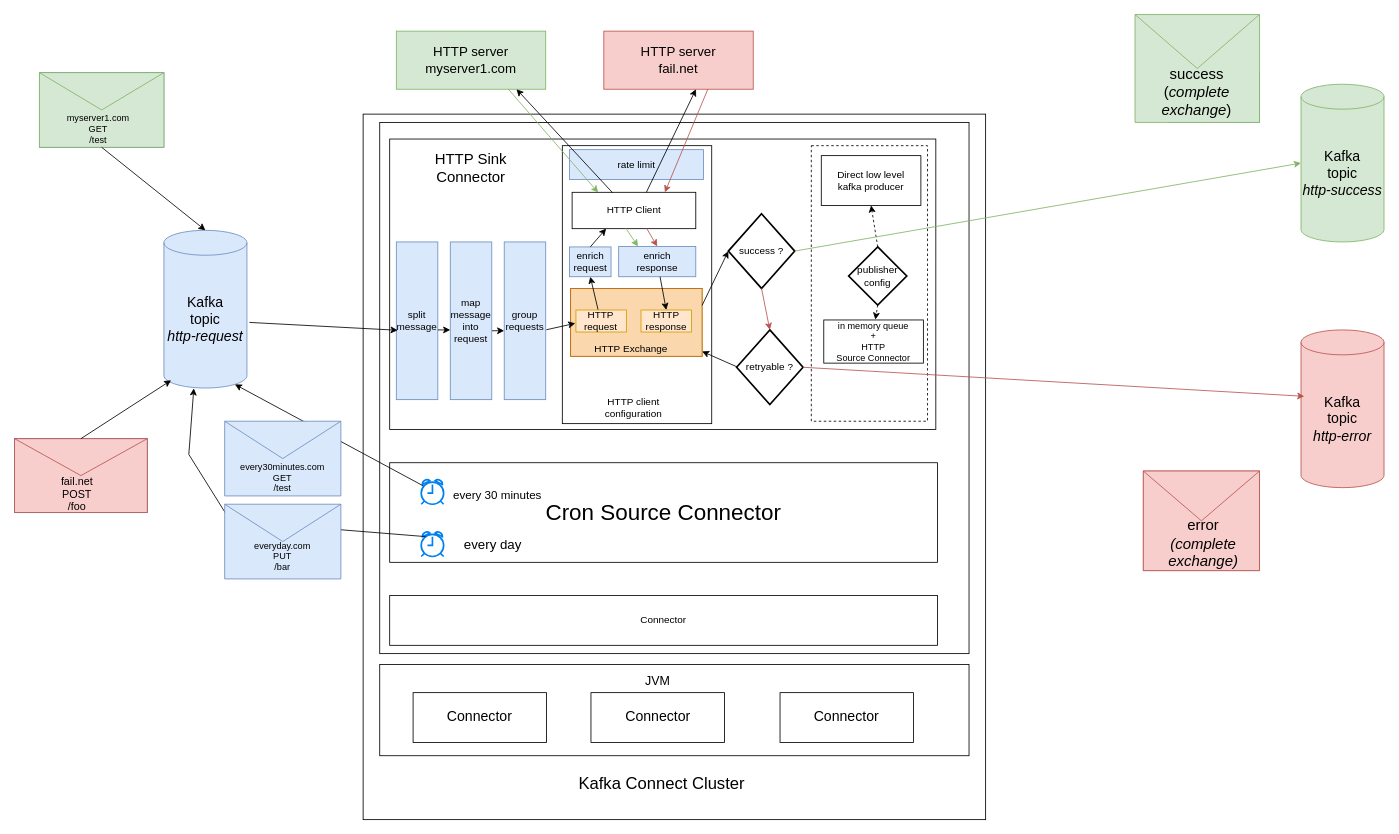
clescot/kafka-connect-http keeps this draw.io diagram as docs/architecture_options_2.drawio. Above is the earlier version. Source tidied: cells renumbered, new cells numbered last; positions are measured from the earlier drawing's top-left corner, leaving out a move shared by most shapes. Both pictures are drawn from the tidied source at 83%, with x=0, y=0 at pixel (14, 14).
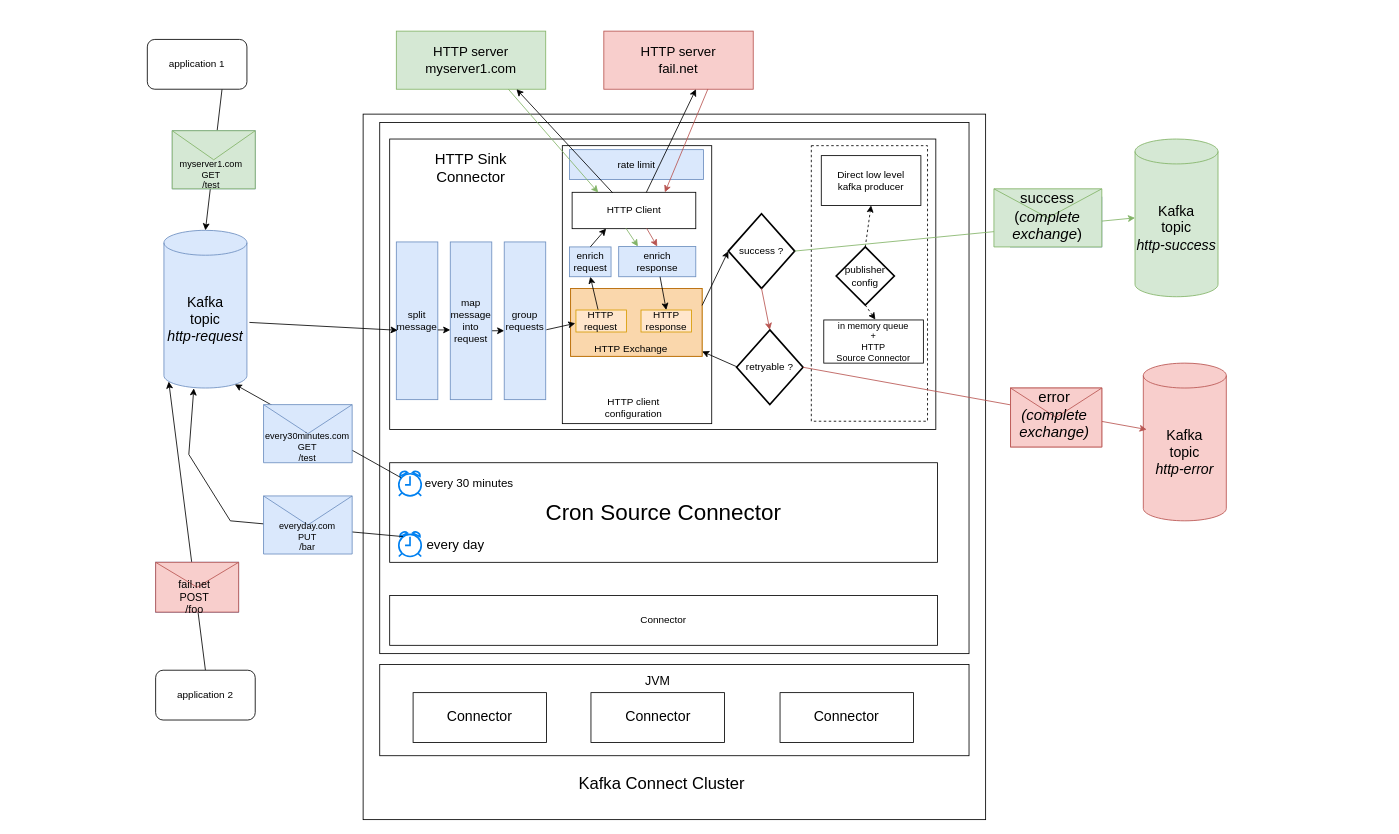
The same page after the edit.

The change refers to these unchanged cells:
```xml
<mxCell id="2" value="&lt;font style=&quot;font-size: 17px;&quot;&gt;Kafka&lt;/font&gt;&lt;div style=&quot;font-size: 17px;&quot;&gt;&lt;font style=&quot;font-size: 17px;&quot;&gt;topic&lt;/font&gt;&lt;/div&gt;&lt;div style=&quot;font-size: 17px;&quot;&gt;&lt;i style=&quot;&quot;&gt;&lt;font style=&quot;font-size: 17px;&quot;&gt;http-request&lt;/font&gt;&lt;/i&gt;&lt;/div&gt;" style="shape=cylinder3;whiteSpace=wrap;html=1;boundedLbl=1;backgroundOutline=1;size=15;fillColor=#dae8fc;strokeColor=#6c8ebf;" parent="1" vertex="1">
  <mxGeometry x="180" y="260" width="100" height="190" as="geometry" />
</mxCell>
<mxCell id="65" style="group;" parent="1" vertex="1">
  <mxGeometry x="970" y="158" width="130" height="332" as="geometry" />
</mxCell>
```

What changed in the source:
```diff
@@
+    <mxCell id="16" style="endArrow=classic;html=1;rounded=0;entryX=0.058;entryY=0.959;entryDx=0;entryDy=0;entryPerimeter=0;exitX=0.5;exitY=0;exitDx=0;exitDy=0;fillColor=#f8cecc;strokeColor=#000000;" parent="1" edge="1" source="91" target="2">
+      <mxGeometry relative="1" as="geometry" />
+    </mxCell>
     <mxCell id="6" style="group;fillColor=#dae8fc;strokeColor=#6c8ebf;" parent="1" vertex="1">
-      <mxGeometry y="511" width="160" height="89" as="geometry" />
+      <mxGeometry x="170" y="660" width="100" height="60" as="geometry" />
     </mxCell>
     <mxCell id="7" style="group;fillColor=#dae8fc;strokeColor=#6c8ebf;" parent="6" vertex="1">
-      <mxGeometry width="160" height="89" as="geometry" />
+      <mxGeometry width="100" height="60" as="geometry" />
     </mxCell>
     <mxCell id="8" style="shape=message;html=1;html=1;outlineConnect=0;labelPosition=center;verticalLabelPosition=bottom;align=center;verticalAlign=top;fillColor=#f8cecc;strokeColor=#b85450;" parent="7" vertex="1">
-      <mxGeometry width="160" height="89" as="geometry" />
+      <mxGeometry width="100" height="60" as="geometry" />
     </mxCell>
     <mxCell id="9" value="&lt;font style=&quot;font-size: 13px;&quot;&gt;fail.net&lt;/font&gt;&lt;div style=&quot;font-size: 13px;&quot;&gt;&lt;font style=&quot;font-size: 13px;&quot;&gt;POST&lt;/font&gt;&lt;/div&gt;&lt;div style=&quot;font-size: 13px;&quot;&gt;&lt;font style=&quot;font-size: 13px;&quot;&gt;/foo&lt;/font&gt;&lt;/div&gt;" style="text;html=1;align=center;verticalAlign=middle;whiteSpace=wrap;rounded=0;" parent="7" vertex="1">
-      <mxGeometry x="8.4" y="53.7" width="134.7" height="26.7" as="geometry" />
+      <mxGeometry x="5.3" y="33.2" width="84.2" height="18" as="geometry" />
     </mxCell>
+    <mxCell id="13" value="&lt;font style=&quot;font-size: 16px;&quot;&gt;HTTP server&lt;/font&gt;&lt;div style=&quot;font-size: 16px;&quot;&gt;&lt;font style=&quot;font-size: 16px;&quot;&gt;myserver1.com&lt;/font&gt;&lt;/div&gt;" style="rounded=0;whiteSpace=wrap;html=1;fillColor=#d5e8d4;strokeColor=#82b366;" parent="1" vertex="1">
+      <mxGeometry x="460" y="20" width="180" height="70" as="geometry" />
+    </mxCell>
+    <mxCell id="14" value="&lt;font style=&quot;font-size: 16px;&quot;&gt;HTTP server&lt;/font&gt;&lt;div style=&quot;font-size: 16px;&quot;&gt;&lt;font style=&quot;font-size: 16px;&quot;&gt;fail.net&lt;/font&gt;&lt;/div&gt;" style="rounded=0;whiteSpace=wrap;html=1;fillColor=#f8cecc;strokeColor=#b85450;" parent="1" vertex="1">
+      <mxGeometry x="710" y="20" width="180" height="70" as="geometry" />
+    </mxCell>
+    <mxCell id="15" style="endArrow=classic;html=1;rounded=0;entryX=0.5;entryY=0;entryDx=0;entryDy=0;entryPerimeter=0;fillColor=#d5e8d4;strokeColor=#000000;exitX=0.75;exitY=1;exitDx=0;exitDy=0;" parent="1" edge="1" source="90" target="2">
+      <mxGeometry relative="1" as="geometry" />
+    </mxCell>
+    <mxCell id="17" style="rounded=0;whiteSpace=wrap;html=1;fontSize=17;" parent="1" vertex="1">
+      <mxGeometry x="452" y="150" width="658" height="350" as="geometry" />
+    </mxCell>
+    <mxCell id="18" value="success ?" style="strokeWidth=2;html=1;shape=mxgraph.flowchart.decision;whiteSpace=wrap;" parent="1" vertex="1">
+      <mxGeometry x="860" y="240" width="80" height="90" as="geometry" />
+    </mxCell>
     <mxCell id="10" style="group;fillColor=#dae8fc;strokeColor=#6c8ebf;" parent="1" vertex="1">
-      <mxGeometry x="30" y="70" width="150" height="90" as="geometry" />
+      <mxGeometry x="190" y="140" width="100" height="70" as="geometry" />
     </mxCell>
     <mxCell id="11" style="shape=message;html=1;html=1;outlineConnect=0;labelPosition=center;verticalLabelPosition=bottom;align=center;verticalAlign=top;fillColor=#d5e8d4;strokeColor=#82b366;" parent="10" vertex="1">
-      <mxGeometry width="150" height="90" as="geometry" />
+      <mxGeometry width="100" height="70" as="geometry" />
     </mxCell>
     <mxCell id="12" value="&lt;div style=&quot;font-size: 11px;&quot;&gt;&lt;font style=&quot;font-size: 11px;&quot;&gt;myserver1.com&lt;/font&gt;&lt;/div&gt;&lt;div style=&quot;font-size: 11px;&quot;&gt;&lt;font style=&quot;font-size: 11px;&quot;&gt;GET&lt;/font&gt;&lt;/div&gt;&lt;div style=&quot;font-size: 11px;&quot;&gt;&lt;font style=&quot;font-size: 11px;&quot;&gt;/test&lt;/font&gt;&lt;/div&gt;" style="text;html=1;align=center;verticalAlign=middle;whiteSpace=wrap;rounded=0;" parent="10" vertex="1">
-      <mxGeometry x="7.9" y="54.3" width="126.3" height="27" as="geometry" />
+      <mxGeometry x="5.3" y="42.3" width="84.2" height="21" as="geometry" />
     </mxCell>
-    <mxCell id="13" value="&lt;font style=&quot;font-size: 16px;&quot;&gt;HTTP server&lt;/font&gt;&lt;div style=&quot;font-size: 16px;&quot;&gt;&lt;font style=&quot;font-size: 16px;&quot;&gt;myserver1.com&lt;/font&gt;&lt;/div&gt;" style="rounded=0;whiteSpace=wrap;html=1;fillColor=#d5e8d4;strokeColor=#82b366;" parent="1" vertex="1">
-      <mxGeometry x="460" y="20" width="180" height="70" as="geometry" />
-    </mxCell>
-    <mxCell id="14" value="&lt;font style=&quot;font-size: 16px;&quot;&gt;HTTP server&lt;/font&gt;&lt;div style=&quot;font-size: 16px;&quot;&gt;&lt;font style=&quot;font-size: 16px;&quot;&gt;fail.net&lt;/font&gt;&lt;/div&gt;" style="rounded=0;whiteSpace=wrap;html=1;fillColor=#f8cecc;strokeColor=#b85450;" parent="1" vertex="1">
-      <mxGeometry x="710" y="20" width="180" height="70" as="geometry" />
-    </mxCell>
-    <mxCell id="15" style="endArrow=classic;html=1;rounded=0;entryX=0.5;entryY=0;entryDx=0;entryDy=0;entryPerimeter=0;fillColor=#d5e8d4;strokeColor=#000000;exitX=0.5;exitY=1;exitDx=0;exitDy=0;" parent="1" edge="1" source="11" target="2">
-      <mxGeometry relative="1" as="geometry" />
-    </mxCell>
-    <mxCell id="16" style="endArrow=classic;html=1;rounded=0;entryX=0.087;entryY=0.951;entryDx=0;entryDy=0;entryPerimeter=0;exitX=0.5;exitY=0;exitDx=0;exitDy=0;fillColor=#f8cecc;strokeColor=#000000;" parent="1" edge="1" source="8" target="2">
-      <mxGeometry relative="1" as="geometry" />
-    </mxCell>
-    <mxCell id="17" style="rounded=0;whiteSpace=wrap;html=1;fontSize=17;" parent="1" vertex="1">
-      <mxGeometry x="452" y="150" width="658" height="350" as="geometry" />
-    </mxCell>
-    <mxCell id="18" value="success ?" style="strokeWidth=2;html=1;shape=mxgraph.flowchart.decision;whiteSpace=wrap;" parent="1" vertex="1">
-      <mxGeometry x="860" y="240" width="80" height="90" as="geometry" />
-    </mxCell>
@@
     <mxCell id="42" value="&lt;font style=&quot;font-size: 17px;&quot;&gt;Kafka&lt;/font&gt;&lt;div style=&quot;font-size: 17px;&quot;&gt;&lt;font style=&quot;font-size: 17px;&quot;&gt;topic&lt;/font&gt;&lt;/div&gt;&lt;div style=&quot;font-size: 17px;&quot;&gt;&lt;i style=&quot;&quot;&gt;&lt;font style=&quot;font-size: 17px;&quot;&gt;http-success&lt;/font&gt;&lt;/i&gt;&lt;/div&gt;" style="shape=cylinder3;whiteSpace=wrap;html=1;boundedLbl=1;backgroundOutline=1;size=15;fillColor=#d5e8d4;strokeColor=#82b366;" parent="1" vertex="1">
-      <mxGeometry x="1550" y="84" width="100" height="190" as="geometry" />
+      <mxGeometry x="1350" y="150" width="100" height="190" as="geometry" />
     </mxCell>
     <mxCell id="43" value="&lt;font style=&quot;font-size: 17px;&quot;&gt;Kafka&lt;/font&gt;&lt;div style=&quot;font-size: 17px;&quot;&gt;&lt;font style=&quot;font-size: 17px;&quot;&gt;topic&lt;/font&gt;&lt;/div&gt;&lt;div style=&quot;font-size: 17px;&quot;&gt;&lt;i style=&quot;&quot;&gt;&lt;font style=&quot;font-size: 17px;&quot;&gt;http-error&lt;/font&gt;&lt;/i&gt;&lt;/div&gt;" style="shape=cylinder3;whiteSpace=wrap;html=1;boundedLbl=1;backgroundOutline=1;size=15;fillColor=#f8cecc;strokeColor=#b85450;" parent="1" vertex="1">
-      <mxGeometry x="1550" y="380" width="100" height="190" as="geometry" />
+      <mxGeometry x="1360" y="420" width="100" height="190" as="geometry" />
     </mxCell>
@@
-    <mxCell id="54" style="group;fillColor=#f8cecc;strokeColor=#b85450;" parent="1" vertex="1">
-      <mxGeometry x="1360" y="550" width="140" height="120" as="geometry" />
-    </mxCell>
-    <mxCell id="55" style="group;" parent="54" vertex="1">
-      <mxGeometry width="140" height="120" as="geometry" />
-    </mxCell>
-    <mxCell id="56" style="shape=message;html=1;html=1;labelPosition=center;verticalLabelPosition=bottom;align=center;verticalAlign=top;fillColor=#f8cecc;strokeColor=#b85450;" parent="55" vertex="1">
-      <mxGeometry width="140" height="120" as="geometry" />
-    </mxCell>
-    <mxCell id="57" value="&lt;span style=&quot;font-size: 18px;&quot;&gt;error&lt;/span&gt;&lt;div&gt;&lt;span style=&quot;font-size: 18px;&quot;&gt;&lt;i&gt;(complete&lt;/i&gt;&lt;/span&gt;&lt;/div&gt;&lt;div&gt;&lt;span style=&quot;font-size: 18px;&quot;&gt;&lt;i&gt;exchange)&lt;/i&gt;&lt;/span&gt;&lt;/div&gt;" style="text;html=1;align=center;verticalAlign=middle;whiteSpace=wrap;rounded=0;" parent="55" vertex="1">
-      <mxGeometry x="42.7" y="79.2" width="58.9" height="18" as="geometry" />
-    </mxCell>
-    <mxCell id="58" style="group;fillColor=#dae8fc;strokeColor=#6c8ebf;" parent="1" vertex="1">
-      <mxGeometry x="1390" y="70" width="110" height="60" as="geometry" />
-    </mxCell>
-    <mxCell id="59" style="shape=message;html=1;html=1;labelPosition=center;verticalLabelPosition=bottom;align=center;verticalAlign=top;fillColor=#d5e8d4;strokeColor=#82b366;" parent="58" vertex="1">
-      <mxGeometry x="-40" y="-70" width="150" height="130" as="geometry" />
-    </mxCell>
-    <mxCell id="60" value="&lt;div style=&quot;font-size: 18px;&quot;&gt;success&lt;/div&gt;&lt;div style=&quot;font-size: 18px;&quot;&gt;&lt;span style=&quot;background-color: initial;&quot;&gt;(&lt;i&gt;complete&lt;/i&gt;&lt;/span&gt;&lt;i&gt;&lt;br&gt;&lt;/i&gt;&lt;/div&gt;&lt;div style=&quot;font-size: 18px;&quot;&gt;&lt;div style=&quot;font-size: 12px;&quot;&gt;&lt;span style=&quot;font-size: 18px;&quot;&gt;&lt;i&gt;exchange&lt;/i&gt;)&lt;/span&gt;&lt;/div&gt;&lt;/div&gt;" style="text;html=1;align=center;verticalAlign=middle;whiteSpace=wrap;rounded=0;" parent="58" vertex="1">
-      <mxGeometry x="1.2" y="15.2" width="67.4" height="18" as="geometry" />
-    </mxCell>
@@
     <mxCell id="67" value="publisher&lt;div&gt;config&lt;/div&gt;" style="strokeWidth=2;html=1;shape=mxgraph.flowchart.decision;whiteSpace=wrap;" parent="65" vertex="1">
-      <mxGeometry x="35" y="122" width="70" height="70" as="geometry" />
+      <mxGeometry x="20" y="122" width="70" height="70" as="geometry" />
     </mxCell>
@@
+    <mxCell id="54" style="group;fillColor=#f8cecc;strokeColor=#b85450;" parent="1" vertex="1">
+      <mxGeometry x="1200" y="450" width="110" height="71" as="geometry" />
+    </mxCell>
+    <mxCell id="55" style="group;" parent="54" vertex="1">
+      <mxGeometry width="110" height="71" as="geometry" />
+    </mxCell>
+    <mxCell id="56" style="shape=message;html=1;html=1;labelPosition=center;verticalLabelPosition=bottom;align=center;verticalAlign=top;fillColor=#f8cecc;strokeColor=#b85450;" parent="55" vertex="1">
+      <mxGeometry width="110" height="71" as="geometry" />
+    </mxCell>
+    <mxCell id="57" value="&lt;span style=&quot;font-size: 18px;&quot;&gt;error&lt;/span&gt;&lt;div&gt;&lt;span style=&quot;font-size: 18px;&quot;&gt;&lt;i&gt;(complete&lt;/i&gt;&lt;/span&gt;&lt;/div&gt;&lt;div&gt;&lt;span style=&quot;font-size: 18px;&quot;&gt;&lt;i&gt;exchange)&lt;/i&gt;&lt;/span&gt;&lt;/div&gt;" style="text;html=1;align=center;verticalAlign=middle;whiteSpace=wrap;rounded=0;" parent="55" vertex="1">
+      <mxGeometry x="30.2" y="27.4" width="46.3" height="10.6" as="geometry" />
+    </mxCell>
@@
     <mxCell id="78" style="html=1;verticalLabelPosition=bottom;align=center;labelBackgroundColor=#ffffff;verticalAlign=top;strokeWidth=2;strokeColor=#0080F0;shadow=0;dashed=0;shape=mxgraph.ios7.icons.alarm_clock;" parent="1" vertex="1">
-      <mxGeometry x="490" y="560" width="27" height="30" as="geometry" />
+      <mxGeometry x="463" y="550" width="27" height="30" as="geometry" />
     </mxCell>
@@
     <mxCell id="80" style="group;" parent="1" vertex="1">
-      <mxGeometry x="253.2" y="490" width="140" height="90" as="geometry" />
+      <mxGeometry x="300" y="470" width="106.8" height="70" as="geometry" />
     </mxCell>
     <mxCell id="81" style="shape=message;html=1;html=1;labelPosition=center;verticalLabelPosition=bottom;align=center;verticalAlign=top;fillColor=#dae8fc;strokeColor=#6c8ebf;" parent="80" vertex="1">
-      <mxGeometry width="140" height="90" as="geometry" />
+      <mxGeometry width="106.8" height="70" as="geometry" />
     </mxCell>
     <mxCell id="82" value="&lt;div style=&quot;font-size: 11px;&quot;&gt;&lt;font style=&quot;font-size: 11px;&quot;&gt;every30minutes.com&lt;/font&gt;&lt;/div&gt;&lt;div style=&quot;font-size: 11px;&quot;&gt;&lt;font style=&quot;font-size: 11px;&quot;&gt;GET&lt;/font&gt;&lt;/div&gt;&lt;div style=&quot;font-size: 11px;&quot;&gt;&lt;font style=&quot;font-size: 11px;&quot;&gt;/test&lt;/font&gt;&lt;/div&gt;" style="text;html=1;align=center;verticalAlign=middle;whiteSpace=wrap;rounded=0;" parent="80" vertex="1">
-      <mxGeometry x="6.8" y="60" width="126.3" height="15" as="geometry" />
+      <mxGeometry x="5.2" y="44.7" width="96.4" height="11.7" as="geometry" />
     </mxCell>
     <mxCell id="83" style="html=1;verticalLabelPosition=bottom;align=center;labelBackgroundColor=#ffffff;verticalAlign=top;strokeWidth=2;strokeColor=#0080F0;shadow=0;dashed=0;shape=mxgraph.ios7.icons.alarm_clock;" parent="1" vertex="1">
-      <mxGeometry x="490" y="623" width="27" height="30" as="geometry" />
+      <mxGeometry x="463" y="623" width="27" height="30" as="geometry" />
     </mxCell>
+    <mxCell id="58" style="group;fillColor=#dae8fc;strokeColor=#6c8ebf;" parent="1" vertex="1">
+      <mxGeometry x="1200" y="220" width="110" height="60" as="geometry" />
+    </mxCell>
+    <mxCell id="59" style="shape=message;html=1;html=1;labelPosition=center;verticalLabelPosition=bottom;align=center;verticalAlign=top;fillColor=#d5e8d4;strokeColor=#82b366;" parent="58" vertex="1">
+      <mxGeometry x="-20" y="-10" width="130" height="70" as="geometry" />
+    </mxCell>
+    <mxCell id="60" value="&lt;div style=&quot;font-size: 18px;&quot;&gt;success&lt;/div&gt;&lt;div style=&quot;font-size: 18px;&quot;&gt;&lt;span style=&quot;background-color: initial;&quot;&gt;(&lt;i&gt;complete&lt;/i&gt;&lt;/span&gt;&lt;i&gt;&lt;br&gt;&lt;/i&gt;&lt;/div&gt;&lt;div style=&quot;font-size: 18px;&quot;&gt;&lt;div style=&quot;font-size: 12px;&quot;&gt;&lt;span style=&quot;font-size: 18px;&quot;&gt;&lt;i&gt;exchange&lt;/i&gt;)&lt;/span&gt;&lt;/div&gt;&lt;/div&gt;" style="text;html=1;align=center;verticalAlign=middle;whiteSpace=wrap;rounded=0;" parent="58" vertex="1">
+      <mxGeometry x="11.2" y="15.2" width="67.4" height="18" as="geometry" />
+    </mxCell>
     <mxCell id="84" value="&lt;div style=&quot;&quot;&gt;&lt;font style=&quot;font-size: 14px;&quot;&gt;every 30 minutes&lt;/font&gt;&lt;/div&gt;" style="text;html=1;align=center;verticalAlign=middle;whiteSpace=wrap;rounded=0;" parent="1" vertex="1">
-      <mxGeometry x="524" y="567.5" width="116" height="22" as="geometry" />
+      <mxGeometry x="490" y="554" width="116" height="22" as="geometry" />
     </mxCell>
     <mxCell id="85" value="&lt;div style=&quot;&quot;&gt;&lt;font style=&quot;font-size: 16px;&quot;&gt;every day&lt;/font&gt;&lt;/div&gt;" style="text;html=1;align=center;verticalAlign=middle;whiteSpace=wrap;rounded=0;" parent="1" vertex="1">
-      <mxGeometry x="525" y="630.5" width="103.3" height="15" as="geometry" />
+      <mxGeometry x="480" y="630.5" width="103.3" height="15" as="geometry" />
     </mxCell>
@@
     <mxCell id="87" style="group;" parent="1" vertex="1">
-      <mxGeometry x="253.2" y="590" width="140" height="90" as="geometry" />
+      <mxGeometry x="300" y="580" width="106.8" height="70" as="geometry" />
     </mxCell>
     <mxCell id="88" style="shape=message;html=1;html=1;labelPosition=center;verticalLabelPosition=bottom;align=center;verticalAlign=top;fillColor=#dae8fc;strokeColor=#6c8ebf;" parent="87" vertex="1">
-      <mxGeometry width="140" height="90" as="geometry" />
+      <mxGeometry width="106.8" height="70" as="geometry" />
     </mxCell>
     <mxCell id="89" value="&lt;div style=&quot;font-size: 11px;&quot;&gt;&lt;font style=&quot;font-size: 11px;&quot;&gt;everyday.com&lt;/font&gt;&lt;/div&gt;&lt;div style=&quot;font-size: 11px;&quot;&gt;&lt;font style=&quot;font-size: 11px;&quot;&gt;PUT&lt;/font&gt;&lt;/div&gt;&lt;div style=&quot;font-size: 11px;&quot;&gt;&lt;font style=&quot;font-size: 11px;&quot;&gt;/bar&lt;/font&gt;&lt;/div&gt;" style="text;html=1;align=center;verticalAlign=middle;whiteSpace=wrap;rounded=0;" parent="87" vertex="1">
-      <mxGeometry x="6.8" y="55" width="126.3" height="15" as="geometry" />
+      <mxGeometry x="5.2" y="42.8" width="96.4" height="11.7" as="geometry" />
     </mxCell>
+    <mxCell id="90" value="application 1" style="rounded=1;whiteSpace=wrap;html=1;" parent="1" vertex="1">
+      <mxGeometry x="160" y="30" width="120" height="60" as="geometry" />
+    </mxCell>
+    <mxCell id="91" value="application 2" style="rounded=1;whiteSpace=wrap;html=1;" parent="1" vertex="1">
+      <mxGeometry x="170" y="790" width="120" height="60" as="geometry" />
+    </mxCell>
```
